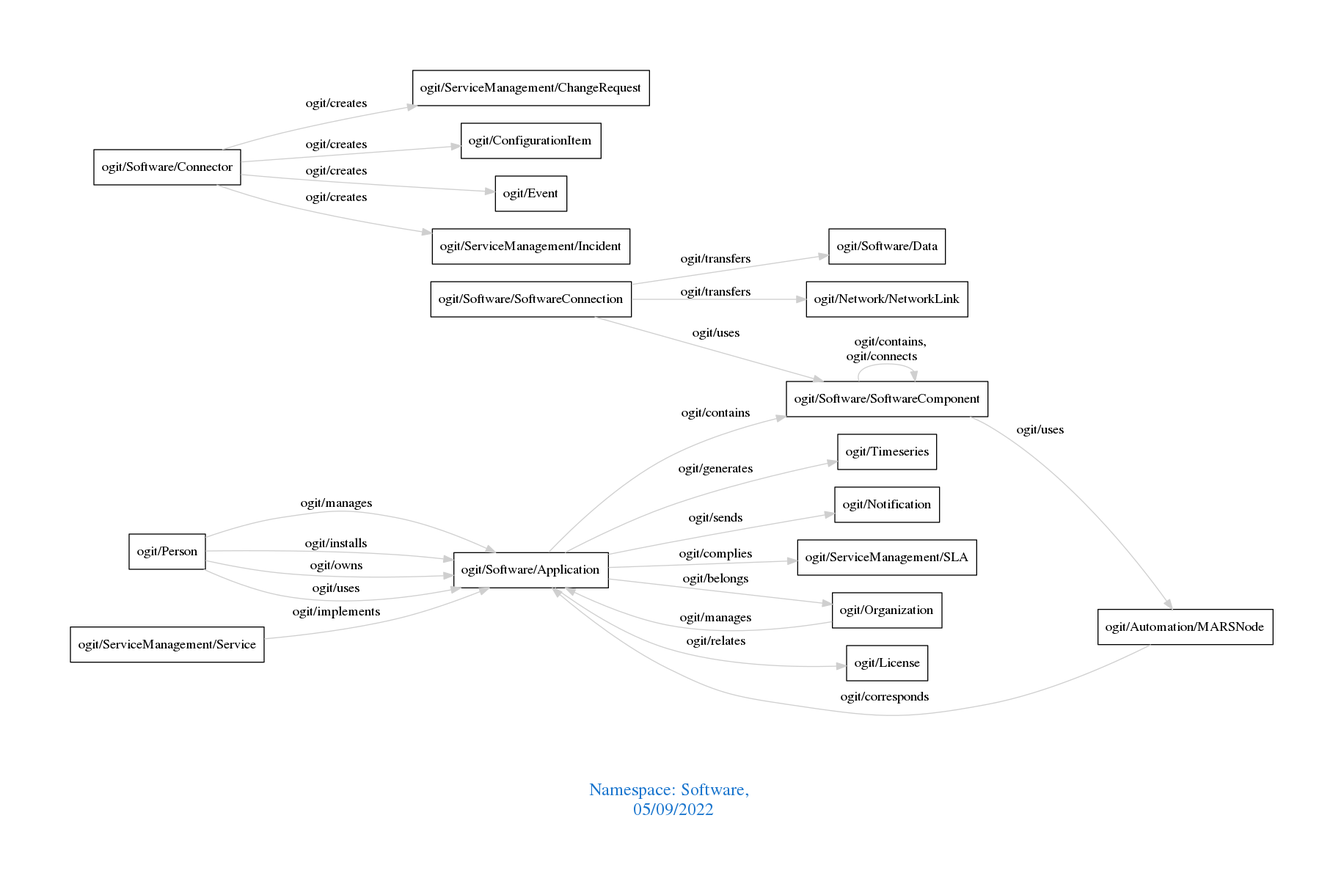
Earlier version of the Graphviz export downloads/Software.png (arago/OGIT). Its source is kept beside it as downloads/Software.dot.
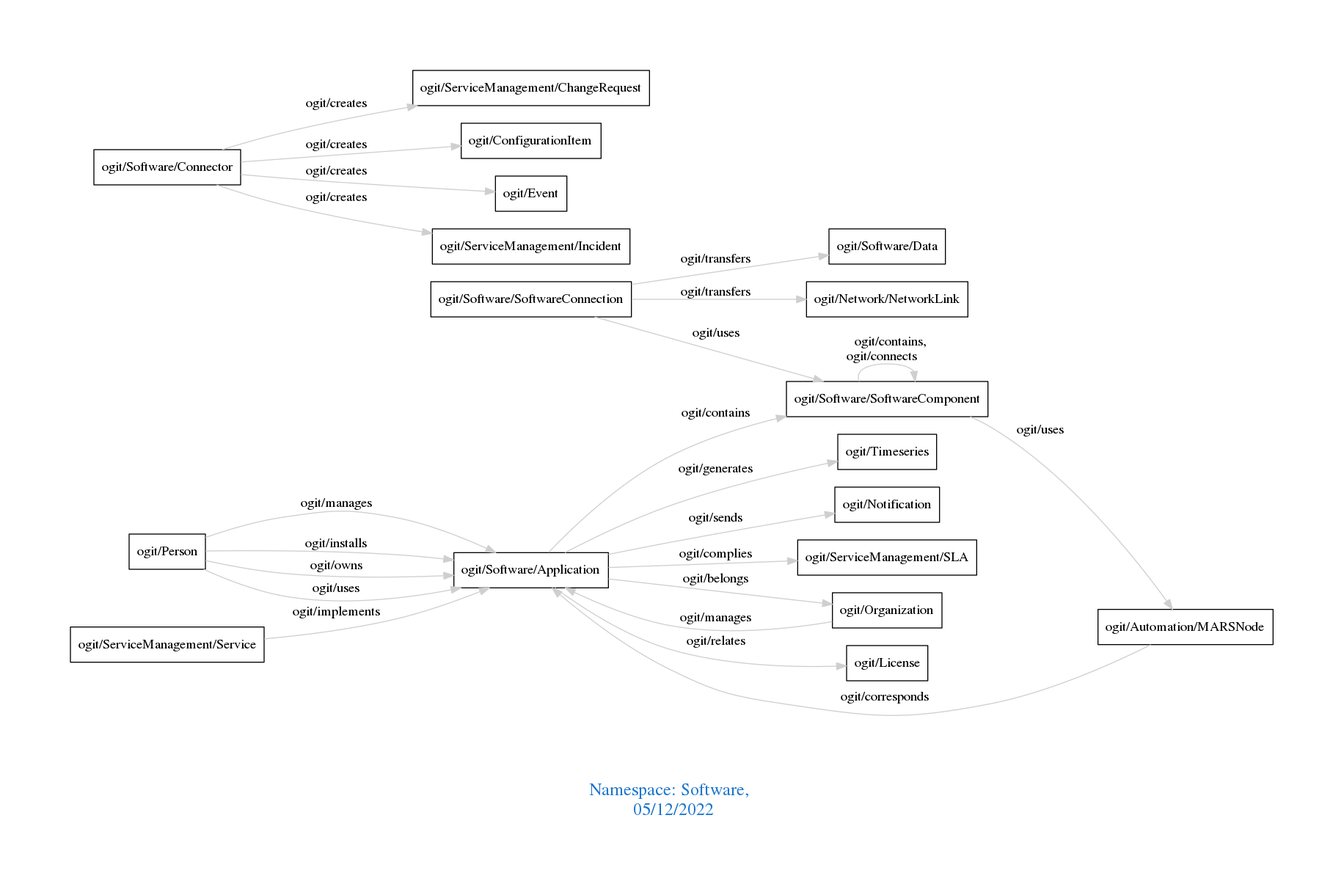
Later version of the same file.

Diff of the diagram source:
```diff
@@ -1,7 +1,7 @@
 digraph OGIT_ontology {
  graph [ rankdir= LR,pad=1
 fontsize = 18,
-fontcolor= dodgerblue3,label = "\n\n\nNamespace: Software, \n 05/09/2022"];
+fontcolor= dodgerblue3,label = "\n\n\nNamespace: Software, \n 05/12/2022"];
 node[shape=polygon];
 edge [  color="gray81"];
 
```
